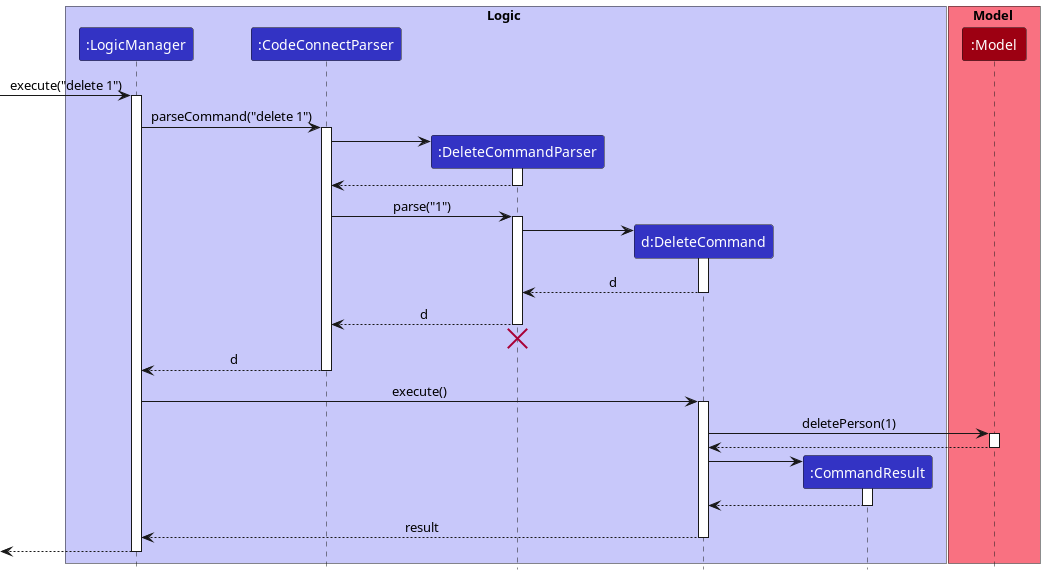
Earlier version of the PlantUML export docs/images/DeleteSequenceDiagram.png (nus-cs2103-AY2223S1/tp). Its source is kept beside it as docs/diagrams/DeleteSequenceDiagram.puml.
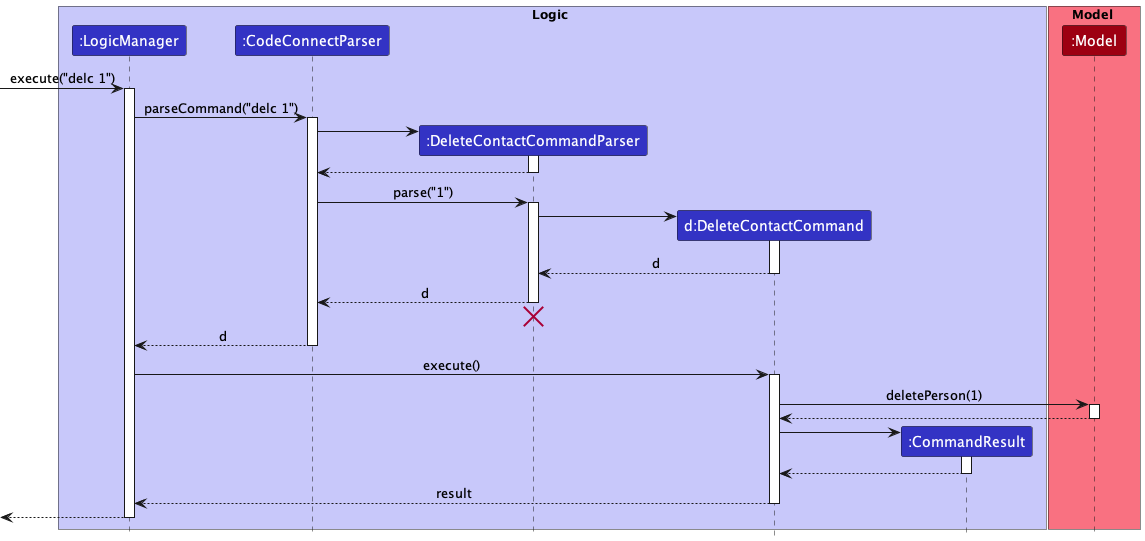
The same file after the commit.

The edit, as a diff of the source:
```diff
@@ -4,8 +4,8 @@
 box Logic LOGIC_COLOR_T1
 participant ":LogicManager" as LogicManager LOGIC_COLOR
 participant ":CodeConnectParser" as CodeConnectParser LOGIC_COLOR
-participant ":DeleteCommandParser" as DeleteCommandParser LOGIC_COLOR
-participant "d:DeleteCommand" as DeleteCommand LOGIC_COLOR
+participant ":DeleteContactCommandParser" as DeleteContactCommandParser LOGIC_COLOR
+participant "d:DeleteContactCommand" as DeleteContactCommand LOGIC_COLOR
 participant ":CommandResult" as CommandResult LOGIC_COLOR
 end box
 
@@ -13,55 +13,55 @@
 participant ":Model" as Model MODEL_COLOR
 end box
 
-[-> LogicManager : execute("delete 1")
+[-> LogicManager : execute("delc 1")
 activate LogicManager
 
-LogicManager -> CodeConnectParser : parseCommand("delete 1")
+LogicManager -> CodeConnectParser : parseCommand("delc 1")
 activate CodeConnectParser
 
-create DeleteCommandParser
-CodeConnectParser -> DeleteCommandParser
-activate DeleteCommandParser
+create DeleteContactCommandParser
+CodeConnectParser -> DeleteContactCommandParser
+activate DeleteContactCommandParser
 
-DeleteCommandParser --> CodeConnectParser
-deactivate DeleteCommandParser
+DeleteContactCommandParser --> CodeConnectParser
+deactivate DeleteContactCommandParser
 
-CodeConnectParser -> DeleteCommandParser : parse("1")
-activate DeleteCommandParser
+CodeConnectParser -> DeleteContactCommandParser : parse("1")
+activate DeleteContactCommandParser
 
-create DeleteCommand
-DeleteCommandParser -> DeleteCommand
-activate DeleteCommand
+create DeleteContactCommand
+DeleteContactCommandParser -> DeleteContactCommand
+activate DeleteContactCommand
 
-DeleteCommand --> DeleteCommandParser : d
-deactivate DeleteCommand
+DeleteContactCommand --> DeleteContactCommandParser : d
+deactivate DeleteContactCommand
 
-DeleteCommandParser --> CodeConnectParser : d
-deactivate DeleteCommandParser
-DeleteCommandParser -[hidden]-> CodeConnectParser
-destroy DeleteCommandParser
+DeleteContactCommandParser --> CodeConnectParser : d
+deactivate DeleteContactCommandParser
+DeleteContactCommandParser -[hidden]-> CodeConnectParser
+destroy DeleteContactCommandParser
 
 CodeConnectParser --> LogicManager : d
 deactivate CodeConnectParser
 
-LogicManager -> DeleteCommand : execute()
-activate DeleteCommand
+LogicManager -> DeleteContactCommand : execute()
+activate DeleteContactCommand
 
-DeleteCommand -> Model : deletePerson(1)
+DeleteContactCommand -> Model : deletePerson(1)
 activate Model
 
-Model --> DeleteCommand
+Model --> DeleteContactCommand
 deactivate Model
 
 create CommandResult
-DeleteCommand -> CommandResult
+DeleteContactCommand -> CommandResult
 activate CommandResult
 
-CommandResult --> DeleteCommand
+CommandResult --> DeleteContactCommand
 deactivate CommandResult
 
-DeleteCommand --> LogicManager : result
-deactivate DeleteCommand
+DeleteContactCommand --> LogicManager : result
+deactivate DeleteContactCommand
 
 [<--LogicManager
 deactivate LogicManager
```
